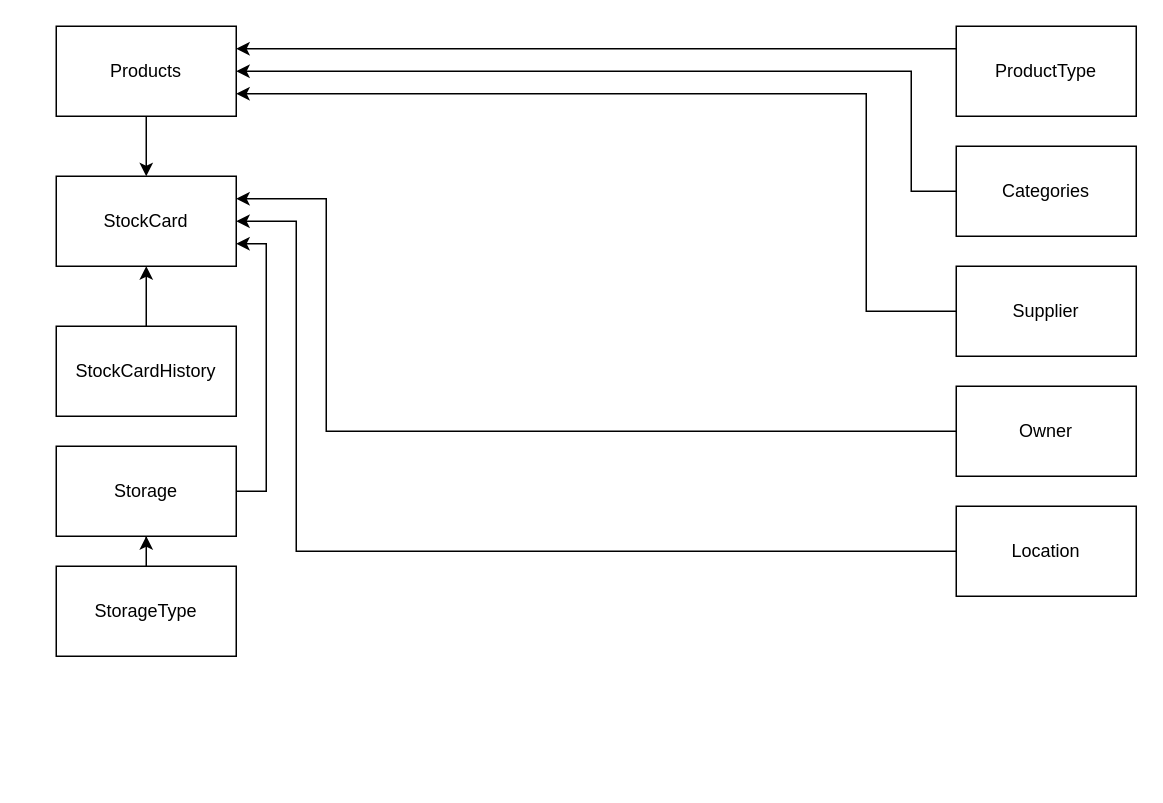
This is Inventory/Inventory.drawio from OedV/Schemas, a draw.io file, before an edit. Source tidied: cells renumbered, new cells numbered last; positions are measured from the earlier drawing's top-left corner, leaving out a move shared by most shapes. Both pictures are drawn from the tidied source at 150%, with x=0, y=0 at pixel (56, 26).
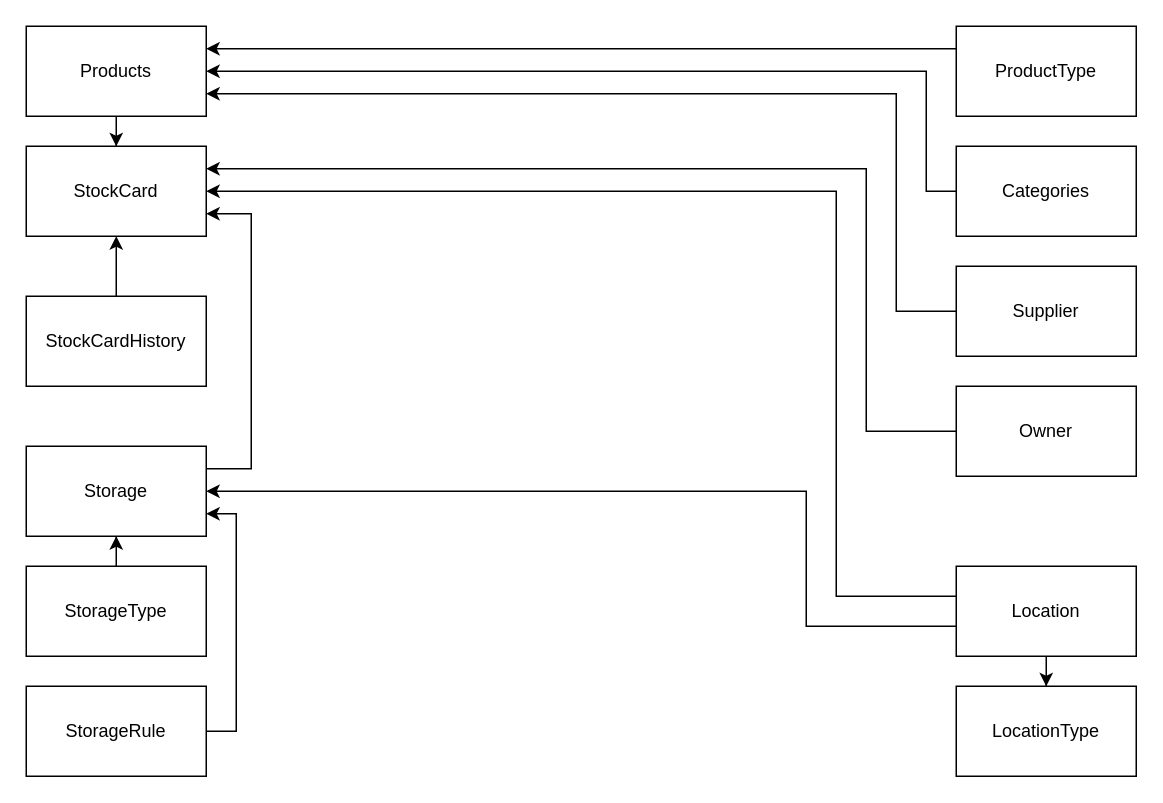
After the change.

The change refers to these unchanged cells:
```xml
<mxCell id="10" value="Supplier" style="rounded=0;whiteSpace=wrap;html=1;" parent="1" vertex="1">
  <mxGeometry x="600" y="160" width="120" height="60" as="geometry" />
</mxCell>
<mxCell id="12" value="Categories" style="rounded=0;whiteSpace=wrap;html=1;" parent="1" vertex="1">
  <mxGeometry x="600" y="80" width="120" height="60" as="geometry" />
</mxCell>
<mxCell id="14" value="Owner" style="rounded=0;whiteSpace=wrap;html=1;" parent="1" vertex="1">
  <mxGeometry x="600" y="240" width="120" height="60" as="geometry" />
</mxCell>
```

Diff of the diagram source:
```diff
@@
     <mxCell id="3" value="Products" style="rounded=0;whiteSpace=wrap;html=1;" parent="1" vertex="1">
-      <mxGeometry width="120" height="60" as="geometry" />
+      <mxGeometry x="-20" width="120" height="60" as="geometry" />
     </mxCell>
     <mxCell id="4" value="StockCard" style="rounded=0;whiteSpace=wrap;html=1;" parent="1" vertex="1">
-      <mxGeometry y="100" width="120" height="60" as="geometry" />
+      <mxGeometry x="-20" y="80" width="120" height="60" as="geometry" />
     </mxCell>
@@
     <mxCell id="6" value="StockCardHistory" style="rounded=0;whiteSpace=wrap;html=1;" parent="1" vertex="1">
-      <mxGeometry y="200" width="120" height="60" as="geometry" />
+      <mxGeometry x="-20" y="180" width="120" height="60" as="geometry" />
     </mxCell>
     <mxCell id="7" style="edgeStyle=orthogonalEdgeStyle;rounded=0;jettySize=auto;html=1;entryX=1;entryY=0.5;entryDx=0;entryDy=0;" parent="1" edge="1" source="8" target="4">
       <mxGeometry relative="1" as="geometry">
         <Array as="points">
-          <mxPoint x="160" y="350" />
-          <mxPoint x="160" y="130" />
+          <mxPoint x="520" y="380" />
+          <mxPoint x="520" y="110" />
         </Array>
       </mxGeometry>
     </mxCell>
+    <mxCell id="21" style="edgeStyle=orthogonalEdgeStyle;rounded=0;jettySize=auto;html=1;" parent="1" edge="1" source="8" target="16">
+      <mxGeometry relative="1" as="geometry">
+        <Array as="points">
+          <mxPoint x="500" y="400" />
+          <mxPoint x="500" y="310" />
+        </Array>
+      </mxGeometry>
+    </mxCell>
+    <mxCell id="22" style="edgeStyle=orthogonalEdgeStyle;rounded=0;jettySize=auto;html=1;" parent="1" edge="1" source="8" target="25">
+      <mxGeometry relative="1" as="geometry" />
+    </mxCell>
     <mxCell id="8" value="Location" style="rounded=0;whiteSpace=wrap;html=1;" parent="1" vertex="1">
-      <mxGeometry x="600" y="320" width="120" height="60" as="geometry" />
+      <mxGeometry x="600" y="360" width="120" height="60" as="geometry" />
     </mxCell>
     <mxCell id="9" style="edgeStyle=orthogonalEdgeStyle;rounded=0;jettySize=auto;html=1;entryX=1;entryY=0.75;entryDx=0;entryDy=0;" parent="1" edge="1" source="10" target="3">
       <mxGeometry relative="1" as="geometry">
         <Array as="points">
-          <mxPoint x="540" y="190" />
-          <mxPoint x="540" y="45" />
+          <mxPoint x="560" y="190" />
+          <mxPoint x="560" y="45" />
         </Array>
       </mxGeometry>
     </mxCell>
@@
     <mxCell id="11" style="edgeStyle=orthogonalEdgeStyle;rounded=0;jettySize=auto;html=1;entryX=1;entryY=0.5;entryDx=0;entryDy=0;" parent="1" edge="1" source="12" target="3">
       <mxGeometry relative="1" as="geometry">
         <Array as="points">
-          <mxPoint x="570" y="110" />
-          <mxPoint x="570" y="30" />
+          <mxPoint x="580" y="110" />
+          <mxPoint x="580" y="30" />
         </Array>
       </mxGeometry>
     </mxCell>
@@
     <mxCell id="13" style="edgeStyle=orthogonalEdgeStyle;rounded=0;jettySize=auto;html=1;entryX=1;entryY=0.25;entryDx=0;entryDy=0;" parent="1" edge="1" source="14" target="4">
       <mxGeometry relative="1" as="geometry">
         <Array as="points">
-          <mxPoint x="180" y="270" />
-          <mxPoint x="180" y="115" />
+          <mxPoint x="540" y="270" />
+          <mxPoint x="540" y="95" />
         </Array>
       </mxGeometry>
     </mxCell>
@@
-    <mxCell id="15" style="edgeStyle=orthogonalEdgeStyle;rounded=0;jettySize=auto;html=1;entryX=1;entryY=0.75;entryDx=0;entryDy=0;" parent="1" edge="1" source="16" target="4">
+    <mxCell id="15" style="edgeStyle=orthogonalEdgeStyle;rounded=0;jettySize=auto;html=1;entryX=1;entryY=0.75;entryDx=0;entryDy=0;exitX=1;exitY=0.25;exitDx=0;exitDy=0;" parent="1" edge="1" source="16" target="4">
       <mxGeometry relative="1" as="geometry">
         <Array as="points">
-          <mxPoint x="140" y="310" />
-          <mxPoint x="140" y="145" />
+          <mxPoint x="130" y="295" />
+          <mxPoint x="130" y="125" />
         </Array>
       </mxGeometry>
     </mxCell>
     <mxCell id="16" value="Storage" style="rounded=0;whiteSpace=wrap;html=1;" parent="1" vertex="1">
-      <mxGeometry y="280" width="120" height="60" as="geometry" />
+      <mxGeometry x="-20" y="280" width="120" height="60" as="geometry" />
     </mxCell>
@@
     <mxCell id="18" value="StorageType" style="rounded=0;whiteSpace=wrap;html=1;" parent="1" vertex="1">
-      <mxGeometry y="360" width="120" height="60" as="geometry" />
+      <mxGeometry x="-20" y="360" width="120" height="60" as="geometry" />
     </mxCell>
@@
+    <mxCell id="23" style="edgeStyle=orthogonalEdgeStyle;rounded=0;jettySize=auto;html=1;entryX=1;entryY=0.75;entryDx=0;entryDy=0;" parent="1" edge="1" source="24" target="16">
+      <mxGeometry relative="1" as="geometry">
+        <Array as="points">
+          <mxPoint x="120" y="470" />
+          <mxPoint x="120" y="325" />
+        </Array>
+      </mxGeometry>
+    </mxCell>
+    <mxCell id="24" value="StorageRule" style="rounded=0;whiteSpace=wrap;html=1;" parent="1" vertex="1">
+      <mxGeometry x="-20" y="440" width="120" height="60" as="geometry" />
+    </mxCell>
+    <mxCell id="25" value="LocationType" style="rounded=0;whiteSpace=wrap;html=1;" parent="1" vertex="1">
+      <mxGeometry x="600" y="440" width="120" height="60" as="geometry" />
+    </mxCell>
```
